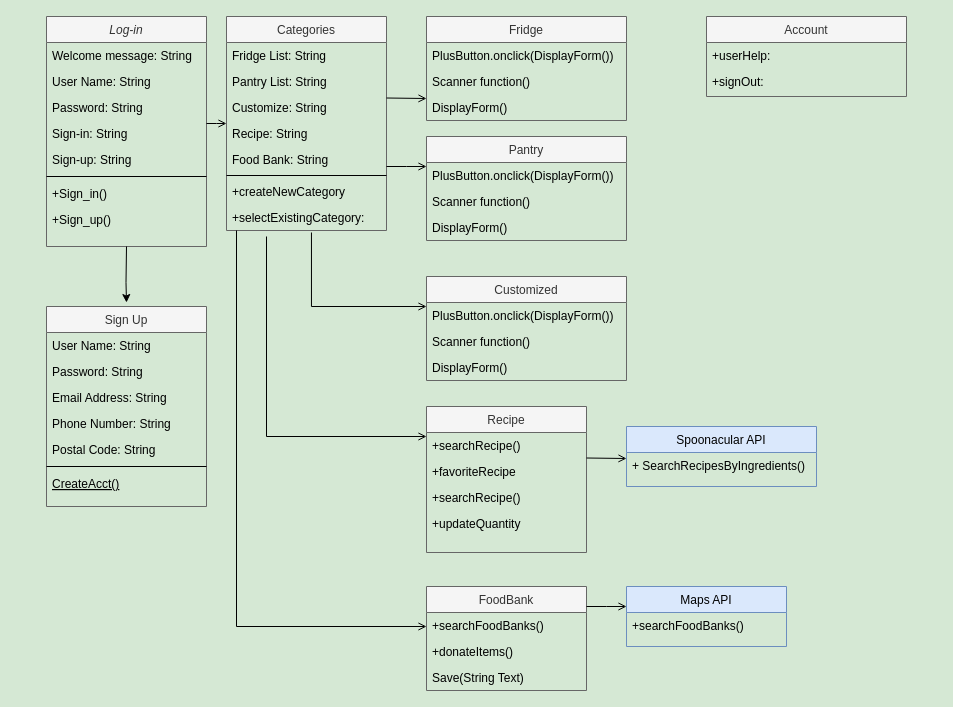
This is Class Diagram.drawio from Capstone-Projects-2022-Spring/project-kinderkitchen, a draw.io file, before an edit. Source tidied: cells renumbered, new cells numbered last; positions are measured from the earlier drawing's top-left corner, leaving out a move shared by most shapes. Both pictures are drawn from the tidied source at 100%, with x=0, y=0 at pixel (46, 16).
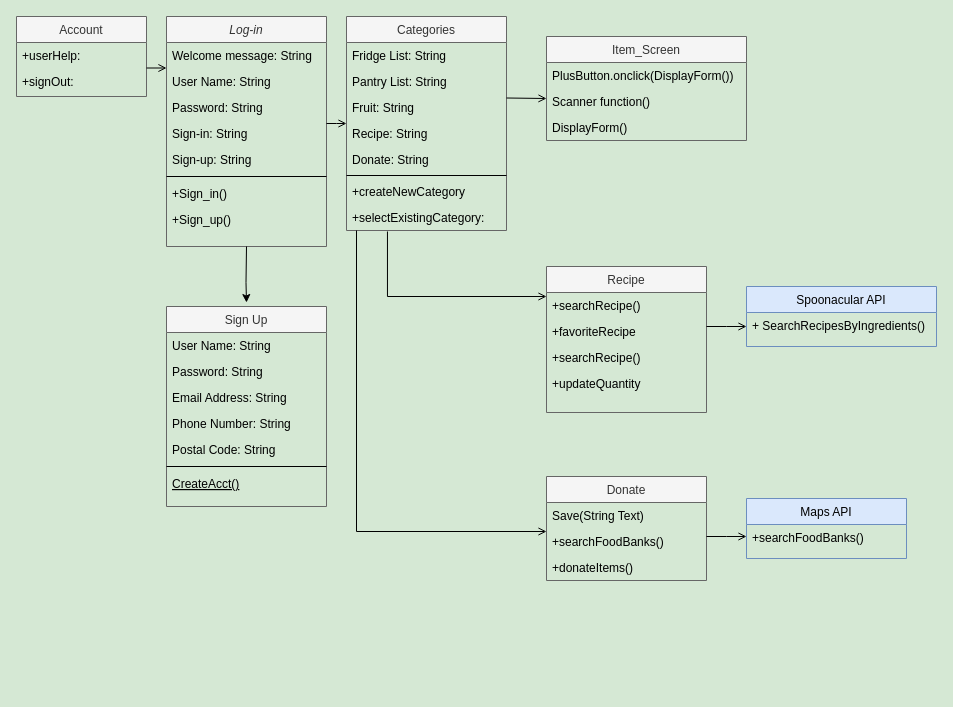
The same diagram, later.

The change refers to these unchanged cells:
```xml
<mxCell id="27" value="+selectExistingCategory:" style="text;align=left;verticalAlign=top;spacingLeft=4;spacingRight=4;overflow=hidden;points=[[0,0.5],[1,0.5]];portConstraint=eastwest;rounded=0;shadow=0;html=0;" parent="19" vertex="1">
  <mxGeometry y="188" width="160" height="26" as="geometry" />
</mxCell>
<mxCell id="39" value="+searchRecipe()" style="text;align=left;verticalAlign=top;spacingLeft=4;spacingRight=4;overflow=hidden;points=[[0,0.5],[1,0.5]];portConstraint=eastwest;" parent="38" vertex="1">
  <mxGeometry y="26" width="160" height="26" as="geometry" />
</mxCell>
```

The edit, as a diff of the source:
```diff
@@
     <mxCell id="2" value="Log-in" style="swimlane;fontStyle=2;align=center;verticalAlign=top;horizontal=1;startSize=26;rounded=0;shadow=0;strokeWidth=1;fillColor=#f5f5f5;fontColor=#333333;strokeColor=#666666;" parent="1" vertex="1">
-      <mxGeometry width="160" height="230" as="geometry" />
+      <mxGeometry x="120" width="160" height="230" as="geometry" />
     </mxCell>
@@
     <mxCell id="11" value="Sign Up" style="swimlane;fontStyle=0;align=center;verticalAlign=top;horizontal=1;startSize=26;rounded=0;shadow=0;strokeWidth=1;fillColor=#f5f5f5;fontColor=#333333;strokeColor=#666666;" parent="1" vertex="1">
-      <mxGeometry y="290" width="160" height="200" as="geometry" />
+      <mxGeometry x="120" y="290" width="160" height="200" as="geometry" />
     </mxCell>
@@
     <mxCell id="19" value="Categories" style="swimlane;fontStyle=0;align=center;verticalAlign=top;horizontal=1;startSize=26;rounded=0;shadow=0;strokeWidth=1;fillColor=#f5f5f5;fontColor=#333333;strokeColor=#666666;" parent="1" vertex="1">
-      <mxGeometry x="180" width="160" height="214" as="geometry" />
+      <mxGeometry x="300" width="160" height="214" as="geometry" />
     </mxCell>
@@
-    <mxCell id="22" value="Customize: String" style="text;align=left;verticalAlign=top;spacingLeft=4;spacingRight=4;overflow=hidden;rounded=0;shadow=0;html=0;" parent="19" vertex="1">
+    <mxCell id="22" value="Fruit: String" style="text;align=left;verticalAlign=top;spacingLeft=4;spacingRight=4;overflow=hidden;rounded=0;shadow=0;html=0;" parent="19" vertex="1">
       <mxGeometry y="78" width="160" height="26" as="geometry" />
     </mxCell>
@@
-    <mxCell id="24" value="Food Bank: String" style="text;align=left;verticalAlign=top;spacingLeft=4;spacingRight=4;overflow=hidden;rounded=0;shadow=0;html=0;" parent="19" vertex="1">
+    <mxCell id="24" value="Donate: String" style="text;align=left;verticalAlign=top;spacingLeft=4;spacingRight=4;overflow=hidden;rounded=0;shadow=0;html=0;" parent="19" vertex="1">
       <mxGeometry y="130" width="160" height="26" as="geometry" />
     </mxCell>
@@
-    <mxCell id="28" style="endArrow=open;shadow=0;strokeWidth=1;rounded=0;endFill=1;edgeStyle=elbowEdgeStyle;elbow=vertical;" parent="1" edge="1" source="2" target="19">
+    <mxCell id="28" style="endArrow=open;shadow=0;strokeWidth=1;rounded=0;endFill=1;edgeStyle=elbowEdgeStyle;elbow=vertical;" parent="1" edge="1" target="19">
       <mxGeometry x="0.5" y="41" relative="1" as="geometry">
+        <mxPoint x="280" y="107" as="sourcePoint" />
         <mxPoint x="-40" y="32" as="offset" />
       </mxGeometry>
     </mxCell>
-    <mxCell id="29" style="endArrow=classic;html=1;rounded=0;exitX=0.5;exitY=1;exitDx=0;exitDy=0;" parent="1" edge="1" source="2">
+    <mxCell id="29" style="endArrow=classic;html=1;rounded=0;exitX=0.5;exitY=1;exitDx=0;exitDy=0;" parent="1" edge="1">
       <mxGeometry relative="1" as="geometry">
-        <mxPoint x="80" y="286" as="targetPoint" />
+        <mxPoint x="200" y="230" as="sourcePoint" />
+        <mxPoint x="200" y="286" as="targetPoint" />
         <Array as="points">
-          <mxPoint x="79.5" y="266" />
+          <mxPoint x="199.5" y="266" />
         </Array>
       </mxGeometry>
     </mxCell>
     <mxCell id="30" style="endArrow=open;shadow=0;strokeWidth=1;rounded=0;endFill=1;edgeStyle=elbowEdgeStyle;elbow=vertical;" parent="1" edge="1">
       <mxGeometry x="0.5" y="41" relative="1" as="geometry">
-        <mxPoint x="340" y="81.5" as="sourcePoint" />
-        <mxPoint x="380" y="81.5" as="targetPoint" />
+        <mxPoint x="460" y="81.5" as="sourcePoint" />
+        <mxPoint x="500" y="81.5" as="targetPoint" />
         <mxPoint x="-40" y="32" as="offset" />
       </mxGeometry>
     </mxCell>
-    <mxCell id="31" value="Fridge" style="swimlane;fontStyle=0;align=center;verticalAlign=top;horizontal=1;startSize=26;rounded=0;shadow=0;strokeWidth=1;fillColor=#f5f5f5;fontColor=#333333;strokeColor=#666666;" parent="1" vertex="1">
-      <mxGeometry x="380" width="200" height="104" as="geometry" />
+    <mxCell id="31" value="Item_Screen&#10;" style="swimlane;fontStyle=0;align=center;verticalAlign=top;horizontal=1;startSize=26;rounded=0;shadow=0;strokeWidth=1;fillColor=#f5f5f5;fontColor=#333333;strokeColor=#666666;" parent="1" vertex="1">
+      <mxGeometry x="500" y="20" width="200" height="104" as="geometry" />
     </mxCell>
@@
-    <mxCell id="35" style="endArrow=open;shadow=0;strokeWidth=1;rounded=0;endFill=1;edgeStyle=elbowEdgeStyle;elbow=vertical;" parent="1" edge="1">
-      <mxGeometry x="0.5" y="41" relative="1" as="geometry">
-        <mxPoint x="340" y="150" as="sourcePoint" />
-        <mxPoint x="380" y="150" as="targetPoint" />
-        <mxPoint x="-40" y="32" as="offset" />
-      </mxGeometry>
-    </mxCell>
-    <mxCell id="36" style="endArrow=open;shadow=0;strokeWidth=1;rounded=0;endFill=1;edgeStyle=elbowEdgeStyle;elbow=vertical;exitX=0.531;exitY=1.077;exitDx=0;exitDy=0;exitPerimeter=0;" parent="1" edge="1" source="27">
-      <mxGeometry x="0.5" y="41" relative="1" as="geometry">
-        <mxPoint x="380" y="290" as="targetPoint" />
-        <Array as="points">
-          <mxPoint x="270" y="290" />
-        </Array>
-        <mxPoint x="-40" y="32" as="offset" />
-      </mxGeometry>
-    </mxCell>
-    <mxCell id="37" style="endArrow=open;shadow=0;strokeWidth=1;rounded=0;endFill=1;edgeStyle=elbowEdgeStyle;elbow=vertical;entryX=0;entryY=0.154;entryDx=0;entryDy=0;entryPerimeter=0;" parent="1" edge="1" target="39">
+    <mxCell id="37" style="endArrow=open;shadow=0;strokeWidth=1;rounded=0;endFill=1;edgeStyle=elbowEdgeStyle;elbow=vertical;entryX=0;entryY=0.154;entryDx=0;entryDy=0;entryPerimeter=0;exitX=0.256;exitY=1.038;exitDx=0;exitDy=0;exitPerimeter=0;" parent="1" edge="1" source="27" target="39">
       <mxGeometry x="0.5" y="41" relative="1" as="geometry">
-        <mxPoint x="220" y="220" as="sourcePoint" />
         <Array as="points">
-          <mxPoint x="270" y="420" />
+          <mxPoint x="370" y="280" />
+          <mxPoint x="410" y="280" />
         </Array>
         <mxPoint x="-40" y="32" as="offset" />
       </mxGeometry>
     </mxCell>
     <mxCell id="38" value="Recipe" style="swimlane;fontStyle=0;align=center;verticalAlign=top;horizontal=1;startSize=26;rounded=0;shadow=0;strokeWidth=1;fillColor=#f5f5f5;fontColor=#333333;strokeColor=#666666;" parent="1" vertex="1">
-      <mxGeometry x="380" y="390" width="160" height="146" as="geometry" />
+      <mxGeometry x="500" y="250" width="160" height="146" as="geometry" />
     </mxCell>
@@
-    <mxCell id="43" value="FoodBank" style="swimlane;fontStyle=0;align=center;verticalAlign=top;horizontal=1;startSize=26;rounded=0;shadow=0;strokeWidth=1;fillColor=#f5f5f5;fontColor=#333333;strokeColor=#666666;" parent="1" vertex="1">
-      <mxGeometry x="380" y="570" width="160" height="104" as="geometry" />
+    <mxCell id="43" value="Donate" style="swimlane;fontStyle=0;align=center;verticalAlign=top;horizontal=1;startSize=26;rounded=0;shadow=0;strokeWidth=1;fillColor=#f5f5f5;fontColor=#333333;strokeColor=#666666;" parent="1" vertex="1">
+      <mxGeometry x="500" y="460" width="160" height="104" as="geometry" />
     </mxCell>
+    <mxCell id="46" value="Save(String Text)" style="text;align=left;verticalAlign=top;spacingLeft=4;spacingRight=4;overflow=hidden;" parent="43" vertex="1">
+      <mxGeometry y="26" width="160" height="26" as="geometry" />
+    </mxCell>
     <mxCell id="44" value="+searchFoodBanks()" style="text;align=left;verticalAlign=top;spacingLeft=4;spacingRight=4;overflow=hidden;" parent="43" vertex="1">
-      <mxGeometry y="26" width="160" height="26" as="geometry" />
+      <mxGeometry y="52" width="160" height="26" as="geometry" />
     </mxCell>
     <mxCell id="45" value="+donateItems()" style="text;align=left;verticalAlign=top;spacingLeft=4;spacingRight=4;overflow=hidden;rounded=0;shadow=0;html=0;" parent="43" vertex="1">
-      <mxGeometry y="52" width="160" height="26" as="geometry" />
+      <mxGeometry y="78" width="160" height="26" as="geometry" />
     </mxCell>
-    <mxCell id="46" value="Save(String Text)" style="text;align=left;verticalAlign=top;spacingLeft=4;spacingRight=4;overflow=hidden;" parent="43" vertex="1">
-      <mxGeometry y="78" width="160" height="26" as="geometry" />
-    </mxCell>
     <mxCell id="47" style="endArrow=open;shadow=0;strokeWidth=1;rounded=0;endFill=1;edgeStyle=elbowEdgeStyle;elbow=vertical;" parent="1" edge="1">
       <mxGeometry x="0.5" y="41" relative="1" as="geometry">
-        <mxPoint x="190" y="214" as="sourcePoint" />
-        <mxPoint x="380" y="610" as="targetPoint" />
+        <mxPoint x="310" y="214" as="sourcePoint" />
+        <mxPoint x="500" y="515" as="targetPoint" />
         <Array as="points">
-          <mxPoint x="210" y="610" />
+          <mxPoint x="330" y="515" />
         </Array>
         <mxPoint x="-40" y="32" as="offset" />
       </mxGeometry>
     </mxCell>
     <mxCell id="48" style="endArrow=open;shadow=0;strokeWidth=1;rounded=0;endFill=1;edgeStyle=elbowEdgeStyle;elbow=vertical;" parent="1" edge="1">
       <mxGeometry x="0.5" y="41" relative="1" as="geometry">
-        <mxPoint x="540" y="441.5" as="sourcePoint" />
-        <mxPoint x="580" y="441.5" as="targetPoint" />
+        <mxPoint x="660" y="310" as="sourcePoint" />
+        <mxPoint x="700" y="310" as="targetPoint" />
         <mxPoint x="-40" y="32" as="offset" />
       </mxGeometry>
     </mxCell>
     <mxCell id="49" style="endArrow=open;shadow=0;strokeWidth=1;rounded=0;endFill=1;edgeStyle=elbowEdgeStyle;elbow=vertical;" parent="1" edge="1">
       <mxGeometry x="0.5" y="41" relative="1" as="geometry">
-        <mxPoint x="540" y="590" as="sourcePoint" />
-        <mxPoint x="580" y="590" as="targetPoint" />
+        <mxPoint x="660" y="520" as="sourcePoint" />
+        <mxPoint x="700" y="520" as="targetPoint" />
         <mxPoint x="-40" y="32" as="offset" />
       </mxGeometry>
     </mxCell>
     <mxCell id="50" value="Spoonacular API" style="swimlane;fontStyle=0;align=center;verticalAlign=top;horizontal=1;startSize=26;rounded=0;shadow=0;strokeWidth=1;fillColor=#dae8fc;strokeColor=#6c8ebf;" parent="1" vertex="1">
-      <mxGeometry x="580" y="410" width="190" height="60" as="geometry" />
+      <mxGeometry x="700" y="270" width="190" height="60" as="geometry" />
     </mxCell>
@@
     <mxCell id="52" value="Maps API" style="swimlane;fontStyle=0;align=center;verticalAlign=top;horizontal=1;startSize=26;rounded=0;shadow=0;strokeWidth=1;fillColor=#dae8fc;strokeColor=#6c8ebf;" parent="1" vertex="1">
-      <mxGeometry x="580" y="570" width="160" height="60" as="geometry" />
+      <mxGeometry x="700" y="482" width="160" height="60" as="geometry" />
     </mxCell>
@@
-    <mxCell id="54" value="Pantry" style="swimlane;fontStyle=0;align=center;verticalAlign=top;horizontal=1;startSize=26;rounded=0;shadow=0;strokeWidth=1;fillColor=#f5f5f5;fontColor=#333333;strokeColor=#666666;" parent="1" vertex="1">
-      <mxGeometry x="380" y="120" width="200" height="104" as="geometry" />
-    </mxCell>
-    <mxCell id="55" value="PlusButton.onclick(DisplayForm())&#10;" style="text;align=left;verticalAlign=top;spacingLeft=4;spacingRight=4;overflow=hidden;" parent="54" vertex="1">
-      <mxGeometry y="26" width="200" height="26" as="geometry" />
-    </mxCell>
-    <mxCell id="56" value="Scanner function()" style="text;align=left;verticalAlign=top;spacingLeft=4;spacingRight=4;overflow=hidden;rounded=0;shadow=0;html=0;" parent="54" vertex="1">
-      <mxGeometry y="52" width="200" height="26" as="geometry" />
-    </mxCell>
-    <mxCell id="57" value="DisplayForm()" style="text;align=left;verticalAlign=top;spacingLeft=4;spacingRight=4;overflow=hidden;" parent="54" vertex="1">
-      <mxGeometry y="78" width="200" height="26" as="geometry" />
-    </mxCell>
-    <mxCell id="58" value="Customized" style="swimlane;fontStyle=0;align=center;verticalAlign=top;horizontal=1;startSize=26;rounded=0;shadow=0;strokeWidth=1;fillColor=#f5f5f5;fontColor=#333333;strokeColor=#666666;" parent="1" vertex="1">
-      <mxGeometry x="380" y="260" width="200" height="104" as="geometry" />
-    </mxCell>
-    <mxCell id="59" value="PlusButton.onclick(DisplayForm())&#10;" style="text;align=left;verticalAlign=top;spacingLeft=4;spacingRight=4;overflow=hidden;" parent="58" vertex="1">
-      <mxGeometry y="26" width="200" height="26" as="geometry" />
-    </mxCell>
-    <mxCell id="60" value="Scanner function()" style="text;align=left;verticalAlign=top;spacingLeft=4;spacingRight=4;overflow=hidden;rounded=0;shadow=0;html=0;" parent="58" vertex="1">
-      <mxGeometry y="52" width="200" height="26" as="geometry" />
-    </mxCell>
-    <mxCell id="61" value="DisplayForm()" style="text;align=left;verticalAlign=top;spacingLeft=4;spacingRight=4;overflow=hidden;" parent="58" vertex="1">
-      <mxGeometry y="78" width="200" height="26" as="geometry" />
-    </mxCell>
     <mxCell id="62" value="Account" style="swimlane;fontStyle=0;align=center;verticalAlign=top;horizontal=1;startSize=26;rounded=0;shadow=0;strokeWidth=1;fillColor=#f5f5f5;fontColor=#333333;strokeColor=#666666;" parent="1" vertex="1">
-      <mxGeometry x="660" width="200" height="80" as="geometry" />
+      <mxGeometry x="-30" width="130" height="80" as="geometry" />
     </mxCell>
     <mxCell id="63" value="+userHelp: " style="text;align=left;verticalAlign=top;spacingLeft=4;spacingRight=4;overflow=hidden;" parent="62" vertex="1">
-      <mxGeometry y="26" width="200" height="26" as="geometry" />
+      <mxGeometry y="26" width="130" height="26" as="geometry" />
     </mxCell>
     <mxCell id="64" value="+signOut:" style="text;align=left;verticalAlign=top;spacingLeft=4;spacingRight=4;overflow=hidden;rounded=0;shadow=0;html=0;" parent="62" vertex="1">
-      <mxGeometry y="52" width="200" height="26" as="geometry" />
+      <mxGeometry y="52" width="130" height="26" as="geometry" />
     </mxCell>
+    <mxCell id="65" style="endArrow=open;shadow=0;strokeWidth=1;rounded=0;endFill=1;edgeStyle=elbowEdgeStyle;elbow=vertical;" parent="1" edge="1">
+      <mxGeometry x="0.5" y="41" relative="1" as="geometry">
+        <mxPoint x="100" y="51.5" as="sourcePoint" />
+        <mxPoint x="120" y="52" as="targetPoint" />
+        <Array as="points">
+          <mxPoint x="130" y="51.5" />
+          <mxPoint x="50" y="68.5" />
+        </Array>
+        <mxPoint x="-40" y="32" as="offset" />
+      </mxGeometry>
+    </mxCell>
```
